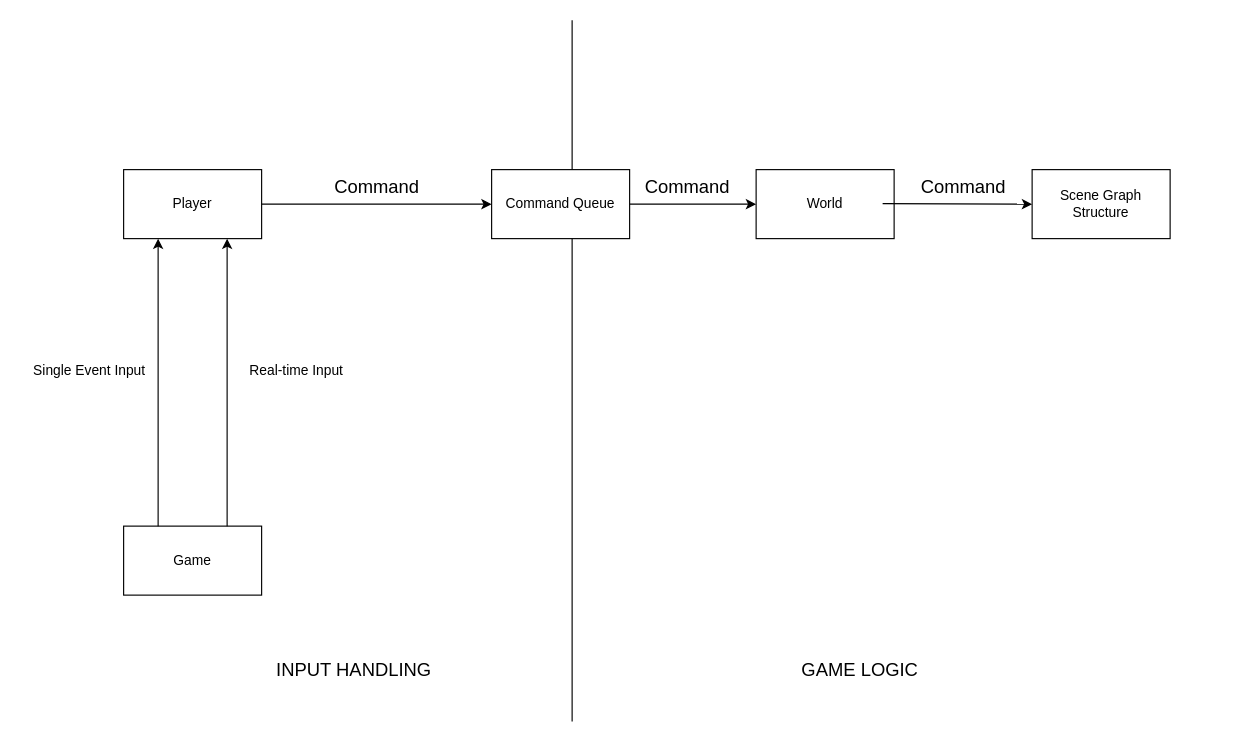
The draw.io diagram docs/Diagrams/CommandStructure.dio in H-Matthews/SFML_Learning, before the edit. Source tidied: cells renumbered, new cells numbered last; positions are measured from the earlier drawing's top-left corner, leaving out a move shared by most shapes. Both pictures are drawn from the tidied source at 115%, with x=0, y=0 at pixel (20, 20).
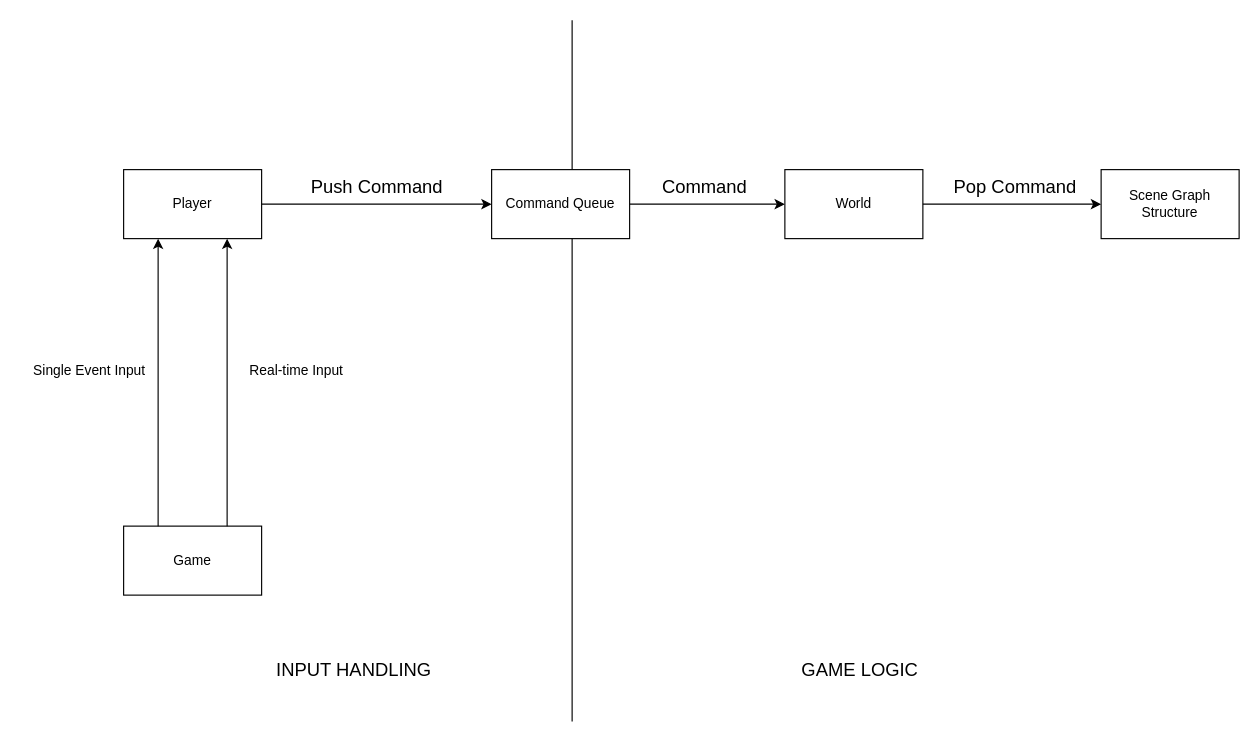
The same page after the edit.

Commit message:
forgot to update CommandStructure from last commit....

Diff of the diagram source:
```diff
@@
     <mxCell id="14" value="World" style="rounded=0;whiteSpace=wrap;html=1;" parent="1" vertex="1">
-      <mxGeometry x="640" y="130" width="120" height="60" as="geometry" />
+      <mxGeometry x="665" y="130" width="120" height="60" as="geometry" />
     </mxCell>
     <mxCell id="15" value="Scene Graph Structure" style="rounded=0;whiteSpace=wrap;html=1;" parent="1" vertex="1">
-      <mxGeometry x="880" y="130" width="120" height="60" as="geometry" />
+      <mxGeometry x="940" y="130" width="120" height="60" as="geometry" />
     </mxCell>
-    <mxCell id="16" style="edgeStyle=none;html=1;fontSize=16;entryX=0;entryY=0.5;entryDx=0;entryDy=0;" parent="1" edge="1" target="15">
-      <mxGeometry relative="1" as="geometry">
-        <mxPoint x="750" y="159.6" as="sourcePoint" />
-      </mxGeometry>
+    <mxCell id="16" style="edgeStyle=none;html=1;fontSize=16;entryX=0;entryY=0.5;entryDx=0;entryDy=0;exitX=1;exitY=0.5;exitDx=0;exitDy=0;" parent="1" edge="1" source="14" target="15">
+      <mxGeometry relative="1" as="geometry" />
     </mxCell>
-    <mxCell id="17" value="Command" style="text;html=1;align=center;verticalAlign=middle;strokeColor=none;fillColor=none;fontSize=16;" parent="1" vertex="1">
-      <mxGeometry x="260" y="130" width="100" height="30" as="geometry" />
+    <mxCell id="17" value="Push Command" style="text;html=1;align=center;verticalAlign=middle;strokeColor=none;fillColor=none;fontSize=16;" parent="1" vertex="1">
+      <mxGeometry x="240" y="130" width="140" height="30" as="geometry" />
     </mxCell>
     <mxCell id="18" value="Command" style="text;html=1;align=center;verticalAlign=middle;strokeColor=none;fillColor=none;fontSize=16;" parent="1" vertex="1">
-      <mxGeometry x="530" y="130" width="100" height="30" as="geometry" />
+      <mxGeometry x="545" y="130" width="100" height="30" as="geometry" />
     </mxCell>
-    <mxCell id="19" value="Command" style="text;html=1;align=center;verticalAlign=middle;strokeColor=none;fillColor=none;fontSize=16;" parent="1" vertex="1">
-      <mxGeometry x="770" y="130" width="100" height="30" as="geometry" />
+    <mxCell id="19" value="Pop Command" style="text;html=1;align=center;verticalAlign=middle;strokeColor=none;fillColor=none;fontSize=16;" parent="1" vertex="1">
+      <mxGeometry x="800" y="130" width="130" height="30" as="geometry" />
     </mxCell>
```
